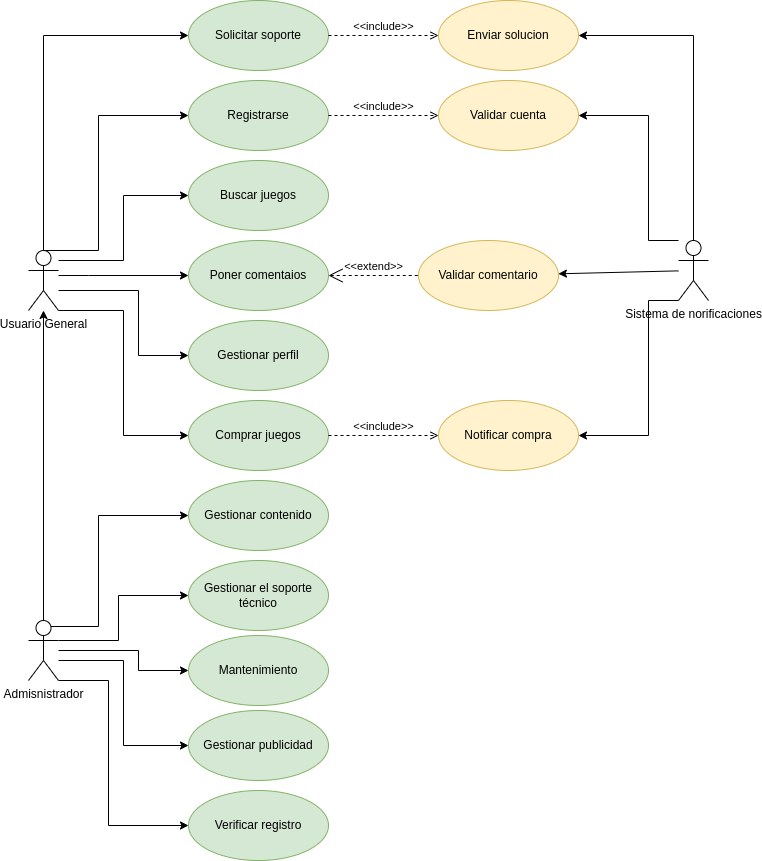
Before: images/Diagrama tienda de videojuegos.drawio.png, a diagram exported from draw.io (nexphernandez/tienda-de-videojuegos). Source tidied: cells renumbered, new cells last; positions are measured from the earlier drawing's top-left corner, leaving out a move shared by most shapes.
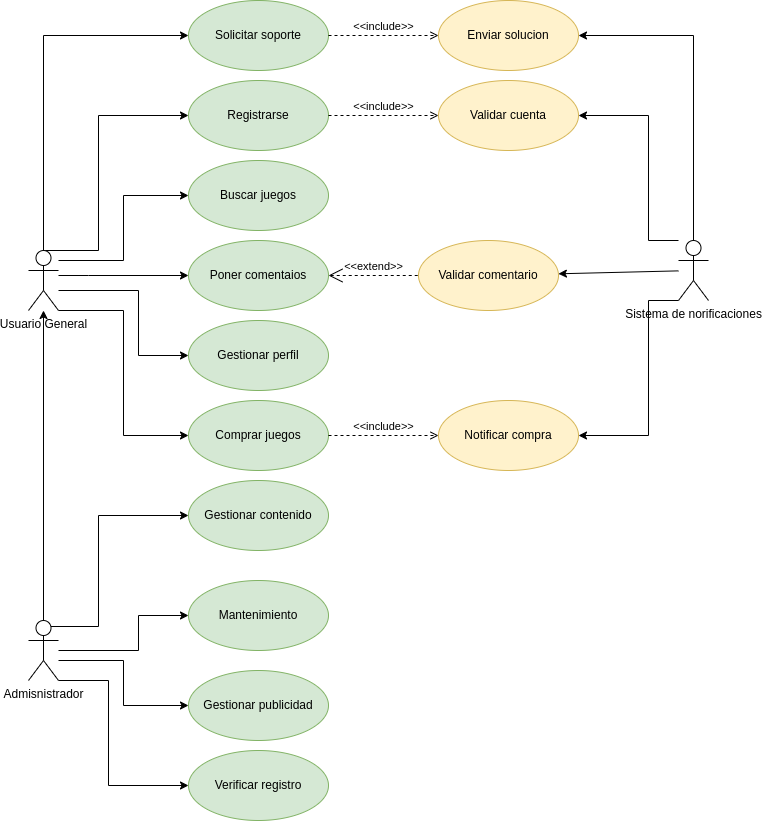
Later version of the same file.

Commit message:
Se añaden casos de usos

What changed in the source:
```diff
@@ -63,19 +63,11 @@
         </Array>
       </mxGeometry>
     </mxCell>
-    <mxCell id="11" style="edgeStyle=orthogonalEdgeStyle;rounded=0;jettySize=auto;html=1;entryX=0;entryY=0.5;entryDx=0;entryDy=0;" parent="1" edge="1" source="15" target="26">
-      <mxGeometry relative="1" as="geometry">
-        <Array as="points">
-          <mxPoint x="90" y="640" />
-          <mxPoint x="90" y="595" />
-        </Array>
-      </mxGeometry>
-    </mxCell>
     <mxCell id="12" style="edgeStyle=orthogonalEdgeStyle;rounded=0;jettySize=auto;html=1;entryX=0;entryY=0.5;entryDx=0;entryDy=0;" parent="1" edge="1" source="15" target="27">
       <mxGeometry relative="1" as="geometry">
         <Array as="points">
           <mxPoint x="110" y="650" />
-          <mxPoint x="110" y="670" />
+          <mxPoint x="110" y="615" />
         </Array>
       </mxGeometry>
     </mxCell>
@@ -83,7 +75,7 @@
       <mxGeometry relative="1" as="geometry">
         <Array as="points">
           <mxPoint x="95" y="660" />
-          <mxPoint x="95" y="745" />
+          <mxPoint x="95" y="705" />
         </Array>
       </mxGeometry>
     </mxCell>
@@ -91,7 +83,7 @@
       <mxGeometry relative="1" as="geometry">
         <Array as="points">
           <mxPoint x="80" y="680" />
-          <mxPoint x="80" y="825" />
+          <mxPoint x="80" y="785" />
         </Array>
       </mxGeometry>
     </mxCell>
@@ -142,20 +134,17 @@
     <mxCell id="25" value="Gestionar contenido" style="ellipse;whiteSpace=wrap;html=1;fillColor=#d5e8d4;strokeColor=#82b366;" parent="1" vertex="1">
       <mxGeometry x="160" y="480" width="140" height="70" as="geometry" />
     </mxCell>
-    <mxCell id="26" value="Gestionar el soporte técnico" style="ellipse;whiteSpace=wrap;html=1;fillColor=#d5e8d4;strokeColor=#82b366;" parent="1" vertex="1">
-      <mxGeometry x="160" y="560" width="140" height="70" as="geometry" />
-    </mxCell>
     <mxCell id="27" value="Mantenimiento" style="ellipse;whiteSpace=wrap;html=1;fillColor=#d5e8d4;strokeColor=#82b366;" parent="1" vertex="1">
-      <mxGeometry x="160" y="635" width="140" height="70" as="geometry" />
+      <mxGeometry x="160" y="580" width="140" height="70" as="geometry" />
     </mxCell>
     <mxCell id="28" value="Gestionar perfil" style="ellipse;whiteSpace=wrap;html=1;fillColor=#d5e8d4;strokeColor=#82b366;" parent="1" vertex="1">
       <mxGeometry x="160" y="320" width="140" height="70" as="geometry" />
     </mxCell>
-    <mxCell id="29" value="Gestionar publicidad" style="ellipse;whiteSpace=wrap;html=1;fillColor=#d5e8d4;strokeColor=#82b366;" parent="1" vertex="1">
-      <mxGeometry x="160" y="710" width="140" height="70" as="geometry" />
+    <mxCell id="29" value="Gestionar publicidad" style="ellipse;whiteSpace=wrap;html=1;fillColor=#d5e8d4;strokeColor=#82b366;labelBackgroundColor=none;" parent="1" vertex="1">
+      <mxGeometry x="160" y="670" width="140" height="70" as="geometry" />
     </mxCell>
     <mxCell id="30" value="Verificar registro" style="ellipse;whiteSpace=wrap;html=1;fillColor=#d5e8d4;strokeColor=#82b366;" parent="1" vertex="1">
-      <mxGeometry x="160" y="790" width="140" height="70" as="geometry" />
+      <mxGeometry x="160" y="750" width="140" height="70" as="geometry" />
     </mxCell>
     <mxCell id="31" value="Notificar compra" style="ellipse;whiteSpace=wrap;html=1;fillColor=#fff2cc;strokeColor=#d6b656;" parent="1" vertex="1">
       <mxGeometry x="410" y="400" width="140" height="70" as="geometry" />
```
